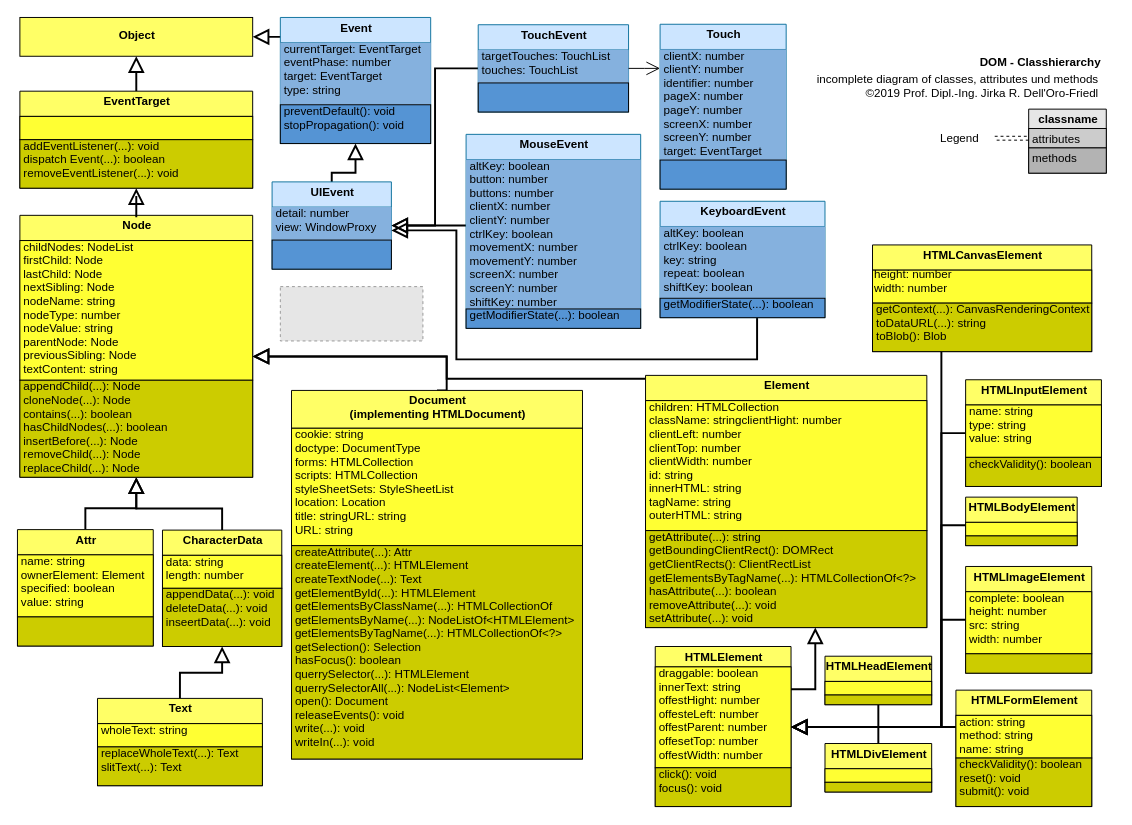
Earlier version of the draw.io diagram X01_Appendix/DO-Hierarchy/DOM - Classhierachy 2019 DIN A4.drawio (JirkaDellOro/EIA2-Inverted). Source tidied: cells renumbered, new cells numbered last; positions are measured from the earlier drawing's top-left corner, leaving out a move shared by most shapes. Both pictures are drawn from the tidied source at 97%, with x=0, y=0 at pixel (17, 17). Pictures stored in the file or linked from it are replaced by grey dashed boxes.
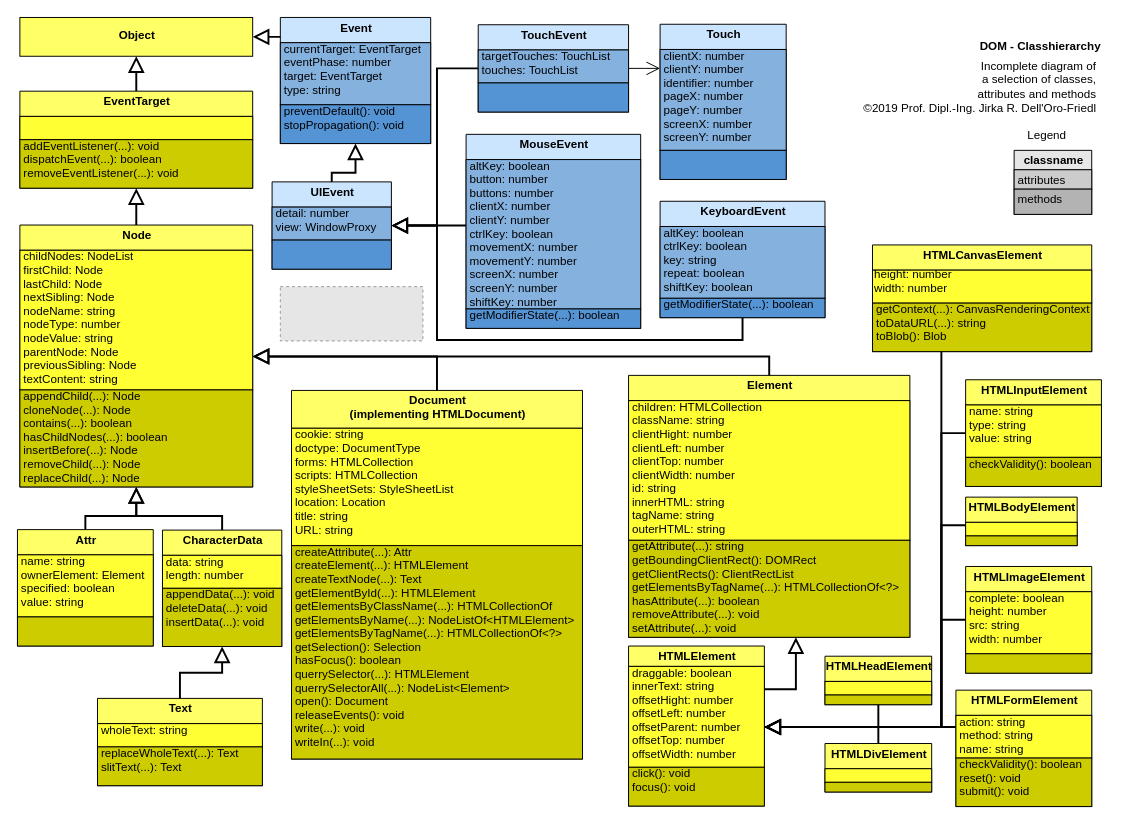
The same page after the edit.

The change refers to these unchanged cells:
```xml
<mxCell id="11" value="Document&#10;(implementing HTMLDocument)" style="swimlane;fontStyle=1;align=center;verticalAlign=top;horizontal=1;startSize=39;fillColor=#FFFF66;strokeColor=#000000;fontSize=12;spacingTop=-3;spacingLeft=2;spacingRight=0;" parent="1" vertex="1">
  <mxGeometry x="282" y="384" width="300" height="380" as="geometry" />
</mxCell>
<mxCell id="31" value="EventTarget" style="swimlane;fontStyle=1;align=center;verticalAlign=top;horizontal=1;startSize=26;fillColor=#FFFF66;strokeColor=#000000;fontSize=12;spacingTop=-3;spacingLeft=2;spacingRight=0;" parent="1" vertex="1">
  <mxGeometry x="2" y="75.5" width="240" height="100" as="geometry" />
</mxCell>
<mxCell id="40" value="CharacterData" style="swimlane;fontStyle=1;align=center;verticalAlign=top;horizontal=1;startSize=26;fillColor=#FFFF66;strokeColor=#000000;fontSize=12;spacingTop=-3;spacingLeft=2;spacingRight=0;" parent="1" vertex="1">
  <mxGeometry x="149" y="528" width="123" height="120" as="geometry" />
</mxCell>
<mxCell id="103" value="attributes" style="text;strokeColor=#000000;fillColor=#CCCCCC;align=left;verticalAlign=top;spacingLeft=2;spacingRight=0;overflow=hidden;points=[[0,0.5],[1,0.5]];portConstraint=eastwest;fontSize=12;spacingTop=-3;" parent="102" vertex="1">
  <mxGeometry y="20" width="80" height="20" as="geometry" />
</mxCell>
```

Diff of the diagram source:
```diff
@@
     <mxCell id="4" style="edgeStyle=elbowEdgeStyle;rounded=0;jettySize=auto;html=1;entryX=0.5;entryY=0;entryDx=0;entryDy=0;startArrow=block;startFill=0;startSize=12;sourcePerimeterSpacing=0;endArrow=none;endFill=0;endSize=12;targetPerimeterSpacing=11;strokeWidth=2;fontSize=12;spacingTop=-3;spacingLeft=2;spacingRight=0;" parent="1" edge="1" source="7" target="11">
       <mxGeometry relative="1" as="geometry">
         <Array as="points">
-          <mxPoint x="442" y="349" />
+          <mxPoint x="432" y="349" />
           <mxPoint x="442" y="362" />
         </Array>
       </mxGeometry>
     </mxCell>
@@
     <mxCell id="7" value="Node" style="swimlane;fontStyle=1;align=center;verticalAlign=top;horizontal=1;startSize=26;fillColor=#FFFF66;strokeColor=#000000;fontSize=12;spacingTop=-3;spacingLeft=2;spacingRight=0;" parent="1" vertex="1">
-      <mxGeometry x="2" y="203.5" width="240" height="270" as="geometry" />
+      <mxGeometry x="2" y="213.5" width="240" height="270" as="geometry" />
     </mxCell>
@@
-    <mxCell id="12" value="cookie: string&#10;doctype: DocumentType&#10;forms: HTMLCollection&#10;scripts: HTMLCollection&#10;styleSheetSets: StyleSheetList&#10;location: Location&#10;title: stringURL: string&#10;URL: string&#10;" style="text;strokeColor=#000000;fillColor=#FFFF33;align=left;verticalAlign=top;spacingLeft=2;spacingRight=0;overflow=hidden;fontSize=12;spacingTop=-7;" parent="11" vertex="1">
+    <mxCell id="12" value="cookie: string&#10;doctype: DocumentType&#10;forms: HTMLCollection&#10;scripts: HTMLCollection&#10;styleSheetSets: StyleSheetList&#10;location: Location&#10;title: string&#10;URL: string&#10;" style="text;strokeColor=#000000;fillColor=#FFFF33;align=left;verticalAlign=top;spacingLeft=2;spacingRight=0;overflow=hidden;fontSize=12;spacingTop=-7;" parent="11" vertex="1">
       <mxGeometry y="39" width="300" height="121" as="geometry" />
     </mxCell>
@@
-    <mxCell id="15" style="edgeStyle=orthogonalEdgeStyle;rounded=0;jettySize=auto;html=1;endArrow=block;endFill=0;strokeWidth=2;endSize=12;fontSize=12;elbow=vertical;spacingTop=-3;spacingLeft=2;spacingRight=0;" parent="1" edge="1" source="16" target="7">
+    <mxCell id="15" style="edgeStyle=elbowEdgeStyle;rounded=0;jettySize=auto;html=1;endArrow=block;endFill=0;strokeWidth=2;endSize=12;fontSize=12;spacingTop=-3;spacingLeft=2;spacingRight=0;elbow=vertical;" parent="1" edge="1" source="16" target="7">
       <mxGeometry relative="1" as="geometry">
         <Array as="points">
-          <mxPoint x="442" y="372" />
-          <mxPoint x="442" y="349" />
+          <mxPoint x="432" y="349" />
         </Array>
       </mxGeometry>
     </mxCell>
     <mxCell id="16" value="Element" style="swimlane;fontStyle=1;align=center;verticalAlign=top;horizontal=1;startSize=26;fillColor=#FFFF66;strokeColor=#000000;fontSize=12;spacingTop=-3;spacingLeft=2;spacingRight=0;" parent="1" vertex="1">
-      <mxGeometry x="647" y="368.5" width="290" height="260" as="geometry" />
+      <mxGeometry x="629.5" y="368.5" width="290" height="270" as="geometry" />
     </mxCell>
-    <mxCell id="17" value="children: HTMLCollection&#10;className: stringclientHight: number&#10;clientLeft: number&#10;clientTop: number&#10;clientWidth: number&#10;id: string&#10;innerHTML: string&#10;tagName: string&#10;outerHTML: string&#10;" style="text;strokeColor=#000000;fillColor=#FFFF33;align=left;verticalAlign=top;spacingLeft=2;spacingRight=0;overflow=hidden;fontSize=12;spacingTop=-7;" parent="16" vertex="1">
-      <mxGeometry y="26" width="290" height="134" as="geometry" />
+    <mxCell id="17" value="children: HTMLCollection&#10;className: string&#10;clientHight: number&#10;clientLeft: number&#10;clientTop: number&#10;clientWidth: number&#10;id: string&#10;innerHTML: string&#10;tagName: string&#10;outerHTML: string&#10;" style="text;strokeColor=#000000;fillColor=#FFFF33;align=left;verticalAlign=top;spacingLeft=2;spacingRight=0;overflow=hidden;fontSize=12;spacingTop=-7;" parent="16" vertex="1">
+      <mxGeometry y="26" width="290" height="144" as="geometry" />
     </mxCell>
     <mxCell id="18" style="line;strokeWidth=1;fillColor=#67AB9F;align=left;verticalAlign=middle;spacingTop=-3;spacingLeft=2;spacingRight=0;labelPosition=right;strokeColor=#000000;gradientColor=#FF3399;fontSize=12;" parent="16" vertex="1">
-      <mxGeometry y="160" width="290" as="geometry" />
+      <mxGeometry y="170" width="290" as="geometry" />
     </mxCell>
     <mxCell id="19" value="getAttribute(...): string&#10;getBoundingClientRect(): DOMRect&#10;getClientRects(): ClientRectList&#10;getElementsByTagName(...): HTMLCollectionOf&lt;?&gt;&#10;hasAttribute(...): boolean&#10;removeAttribute(...): void&#10;setAttribute(...): void&#10;" style="text;strokeColor=#000000;fillColor=#CCCC00;align=left;verticalAlign=top;spacingLeft=2;spacingRight=0;overflow=hidden;fontSize=12;spacingTop=-7;" parent="16" vertex="1">
-      <mxGeometry y="160" width="290" height="100" as="geometry" />
+      <mxGeometry y="170" width="290" height="100" as="geometry" />
     </mxCell>
     <mxCell id="20" value="HTMLElement" style="swimlane;fontStyle=1;align=center;verticalAlign=top;horizontal=1;startSize=21;fillColor=#FFFF66;strokeColor=#000000;fontSize=12;spacingTop=-3;spacingLeft=2;spacingRight=0;" parent="1" vertex="1">
-      <mxGeometry x="657" y="648" width="140" height="165" as="geometry" />
+      <mxGeometry x="629.5" y="647.5" width="140" height="165" as="geometry" />
     </mxCell>
-    <mxCell id="21" value="draggable: boolean&#10;innerText: string&#10;offestHight: number&#10;offesteLeft: number&#10;offestParent: number&#10;offesetTop: number&#10;offestWidth: number&#10;&#10;&#10;" style="text;strokeColor=#000000;fillColor=#FFFF33;align=left;verticalAlign=top;spacingLeft=2;spacingRight=0;overflow=hidden;fontSize=12;spacingTop=-7;" parent="20" vertex="1">
+    <mxCell id="21" value="draggable: boolean&#10;innerText: string&#10;offsetHight: number&#10;offsetLeft: number&#10;offsetParent: number&#10;offsetTop: number&#10;offsetWidth: number&#10;&#10;&#10;" style="text;strokeColor=#000000;fillColor=#FFFF33;align=left;verticalAlign=top;spacingLeft=2;spacingRight=0;overflow=hidden;fontSize=12;spacingTop=-7;" parent="20" vertex="1">
       <mxGeometry y="21" width="140" height="104" as="geometry" />
     </mxCell>
@@
-    <mxCell id="34" value="addEventListener(...): void&#10;dispatch Event(...): boolean&#10;removeEventListener(...): void&#10;" style="text;strokeColor=#000000;fillColor=#CCCC00;align=left;verticalAlign=top;spacingLeft=2;spacingRight=0;overflow=hidden;fontSize=12;spacingTop=-7;" parent="31" vertex="1">
+    <mxCell id="34" value="addEventListener(...): void&#10;dispatchEvent(...): boolean&#10;removeEventListener(...): void&#10;" style="text;strokeColor=#000000;fillColor=#CCCC00;align=left;verticalAlign=top;spacingLeft=2;spacingRight=0;overflow=hidden;fontSize=12;spacingTop=-7;" parent="31" vertex="1">
       <mxGeometry y="50" width="240" height="50" as="geometry" />
     </mxCell>
@@
-    <mxCell id="43" value="appendData(...): void&#10;deleteData(...): void&#10;inseertData(...): void&#10;" style="text;strokeColor=#000000;fillColor=#CCCC00;align=left;verticalAlign=top;spacingLeft=2;spacingRight=0;overflow=hidden;fontSize=12;spacingTop=-7;" parent="40" vertex="1">
+    <mxCell id="43" value="appendData(...): void&#10;deleteData(...): void&#10;insertData(...): void&#10;" style="text;strokeColor=#000000;fillColor=#CCCC00;align=left;verticalAlign=top;spacingLeft=2;spacingRight=0;overflow=hidden;fontSize=12;spacingTop=-7;" parent="40" vertex="1">
       <mxGeometry y="60" width="123" height="60" as="geometry" />
     </mxCell>
@@
-    <mxCell id="49" value="Event" style="swimlane;fontStyle=1;align=center;verticalAlign=top;horizontal=1;startSize=26;fillColor=#CCE5FF;strokeColor=#10739e;fontSize=12;spacingTop=-3;spacingLeft=2;spacingRight=0;" parent="1" vertex="1">
+    <mxCell id="49" value="Event" style="swimlane;fontStyle=1;align=center;verticalAlign=top;horizontal=1;startSize=26;fillColor=#CCE5FF;strokeColor=#000000;fontSize=12;spacingTop=-3;spacingLeft=2;spacingRight=0;" parent="1" vertex="1">
       <mxGeometry x="270.5" y="-0.5" width="155" height="130" as="geometry" />
     </mxCell>
-    <mxCell id="50" value="currentTarget: EventTarget&#10;eventPhase: number&#10;target: EventTarget&#10;type: string&#10;" style="text;fillColor=#85B1DE;align=left;verticalAlign=top;spacingLeft=2;spacingRight=0;overflow=hidden;fontSize=12;spacingTop=-7;" parent="49" vertex="1">
+    <mxCell id="50" value="currentTarget: EventTarget&#10;eventPhase: number&#10;target: EventTarget&#10;type: string&#10;" style="text;fillColor=#85B1DE;align=left;verticalAlign=top;spacingLeft=2;spacingRight=0;overflow=hidden;fontSize=12;spacingTop=-7;strokeColor=#000000;" parent="49" vertex="1">
       <mxGeometry y="26" width="155" height="64" as="geometry" />
     </mxCell>
@@
-    <mxCell id="54" value="UIEvent" style="swimlane;fontStyle=1;align=center;verticalAlign=top;horizontal=1;startSize=26;fillColor=#CCE5FF;strokeColor=#10739e;fontSize=12;spacingTop=-3;spacingLeft=2;spacingRight=0;" parent="1" vertex="1">
+    <mxCell id="54" value="UIEvent" style="swimlane;fontStyle=1;align=center;verticalAlign=top;horizontal=1;startSize=26;fillColor=#CCE5FF;strokeColor=#000000;fontSize=12;spacingTop=-3;spacingLeft=2;spacingRight=0;" parent="1" vertex="1">
       <mxGeometry x="262" y="169" width="123" height="90" as="geometry" />
     </mxCell>
-    <mxCell id="55" value="detail: number&#10;view: WindowProxy&#10;" style="text;fillColor=#85B1DE;align=left;verticalAlign=top;spacingLeft=2;spacingRight=0;overflow=hidden;fontSize=12;spacingTop=-7;" parent="54" vertex="1">
+    <mxCell id="55" value="detail: number&#10;view: WindowProxy&#10;" style="text;fillColor=#85B1DE;align=left;verticalAlign=top;spacingLeft=2;spacingRight=0;overflow=hidden;fontSize=12;spacingTop=-7;strokeColor=#000000;" parent="54" vertex="1">
       <mxGeometry y="26" width="123" height="34" as="geometry" />
     </mxCell>
@@
-    <mxCell id="58" value="MouseEvent" style="swimlane;fontStyle=1;align=center;verticalAlign=top;horizontal=1;startSize=26;fillColor=#CCE5FF;strokeColor=#10739e;fontSize=12;spacingTop=-3;spacingLeft=2;spacingRight=0;" parent="1" vertex="1">
+    <mxCell id="58" value="MouseEvent" style="swimlane;fontStyle=1;align=center;verticalAlign=top;horizontal=1;startSize=26;fillColor=#CCE5FF;strokeColor=#000000;fontSize=12;spacingTop=-3;spacingLeft=2;spacingRight=0;" parent="1" vertex="1">
       <mxGeometry x="462" y="120" width="180" height="200" as="geometry" />
     </mxCell>
-    <mxCell id="59" value="altKey: boolean&#10;button: number&#10;buttons: number&#10;clientX: number&#10;clientY: number&#10;ctrlKey: boolean&#10;movementX: number&#10;movementY: number&#10;screenX: number&#10;screenY: number&#10;shiftKey: number&#10;" style="text;fillColor=#85B1DE;align=left;verticalAlign=top;spacingLeft=2;spacingRight=0;overflow=hidden;fontSize=12;spacingTop=-7;" parent="58" vertex="1">
+    <mxCell id="59" value="altKey: boolean&#10;button: number&#10;buttons: number&#10;clientX: number&#10;clientY: number&#10;ctrlKey: boolean&#10;movementX: number&#10;movementY: number&#10;screenX: number&#10;screenY: number&#10;shiftKey: number&#10;" style="text;fillColor=#85B1DE;align=left;verticalAlign=top;spacingLeft=2;spacingRight=0;overflow=hidden;fontSize=12;spacingTop=-7;strokeColor=#000000;" parent="58" vertex="1">
       <mxGeometry y="26" width="180" height="154" as="geometry" />
     </mxCell>
@@
     <mxCell id="62" style="edgeStyle=orthogonalEdgeStyle;rounded=0;jumpStyle=gap;jettySize=auto;html=1;startSize=12;endArrow=block;endFill=0;endSize=12;strokeColor=#000000;strokeWidth=2;fontSize=12;spacingTop=-3;spacingLeft=2;spacingRight=0;" parent="1" edge="1" source="63" target="54">
       <mxGeometry relative="1" as="geometry">
         <Array as="points">
-          <mxPoint x="762" y="352" />
-          <mxPoint x="452" y="352" />
-          <mxPoint x="452" y="219" />
+          <mxPoint x="747" y="332" />
+          <mxPoint x="432" y="332" />
+          <mxPoint x="432" y="214" />
         </Array>
       </mxGeometry>
     </mxCell>
-    <mxCell id="63" value="KeyboardEvent" style="swimlane;fontStyle=1;align=center;verticalAlign=top;horizontal=1;startSize=26;fillColor=#CCE5FF;strokeColor=#10739e;fontSize=12;spacingTop=-3;spacingLeft=2;spacingRight=0;" parent="1" vertex="1">
+    <mxCell id="63" value="KeyboardEvent" style="swimlane;fontStyle=1;align=center;verticalAlign=top;horizontal=1;startSize=26;fillColor=#CCE5FF;strokeColor=#000000;fontSize=12;spacingTop=-3;spacingLeft=2;spacingRight=0;" parent="1" vertex="1">
       <mxGeometry x="662" y="189" width="170" height="120" as="geometry" />
     </mxCell>
-    <mxCell id="64" value="altKey: boolean&#10;ctrlKey: boolean&#10;key: string&#10;repeat: boolean&#10;shiftKey: boolean&#10;" style="text;fillColor=#85B1DE;align=left;verticalAlign=top;spacingLeft=2;spacingRight=0;overflow=hidden;fontSize=12;spacingTop=-7;" parent="63" vertex="1">
+    <mxCell id="64" value="altKey: boolean&#10;ctrlKey: boolean&#10;key: string&#10;repeat: boolean&#10;shiftKey: boolean&#10;" style="text;fillColor=#85B1DE;align=left;verticalAlign=top;spacingLeft=2;spacingRight=0;overflow=hidden;fontSize=12;spacingTop=-7;strokeColor=#000000;" parent="63" vertex="1">
       <mxGeometry y="26" width="170" height="74" as="geometry" />
     </mxCell>
@@
-    <mxCell id="67" style="edgeStyle=elbowEdgeStyle;rounded=0;jettySize=auto;html=1;startArrow=none;startFill=0;startSize=12;endArrow=block;endFill=0;endSize=12;strokeWidth=2;targetPerimeterSpacing=0;jumpStyle=none;fontSize=12;spacingTop=-3;spacingLeft=2;spacingRight=0;" parent="1" edge="1" source="72" target="54">
-      <mxGeometry relative="1" as="geometry" />
+    <mxCell id="67" style="edgeStyle=orthogonalEdgeStyle;rounded=0;jettySize=auto;html=1;startArrow=none;startFill=0;startSize=12;endArrow=block;endFill=0;endSize=12;strokeWidth=2;targetPerimeterSpacing=0;jumpStyle=none;fontSize=12;spacingTop=-3;spacingLeft=2;spacingRight=0;" parent="1" edge="1" source="72" target="54">
+      <mxGeometry relative="1" as="geometry">
+        <Array as="points">
+          <mxPoint x="432" y="52" />
+          <mxPoint x="432" y="214" />
+        </Array>
+      </mxGeometry>
     </mxCell>
-    <mxCell id="68" value="Touch" style="swimlane;fontStyle=1;align=center;verticalAlign=top;horizontal=1;startSize=26;fillColor=#CCE5FF;strokeColor=#10739e;fontSize=12;spacingTop=-3;spacingLeft=2;spacingRight=0;" parent="1" vertex="1">
-      <mxGeometry x="662" y="6.5" width="130" height="170" as="geometry" />
+    <mxCell id="68" value="Touch" style="swimlane;fontStyle=1;align=center;verticalAlign=top;horizontal=1;startSize=26;fillColor=#CCE5FF;strokeColor=#000000;fontSize=12;spacingTop=-3;spacingLeft=2;spacingRight=0;" parent="1" vertex="1">
+      <mxGeometry x="662" y="6.5" width="130" height="160" as="geometry" />
     </mxCell>
-    <mxCell id="69" value="clientX: number&#10;clientY: number&#10;identifier: number&#10;pageX: number&#10;pageY: number&#10;screenX: number&#10;screenY: number&#10;target: EventTarget" style="text;fillColor=#85B1DE;align=left;verticalAlign=top;spacingLeft=2;spacingRight=0;overflow=hidden;fontSize=12;spacingTop=-7;" parent="68" vertex="1">
-      <mxGeometry y="26" width="130" height="114" as="geometry" />
+    <mxCell id="69" value="clientX: number&#10;clientY: number&#10;identifier: number&#10;pageX: number&#10;pageY: number&#10;screenX: number&#10;screenY: number" style="text;fillColor=#85B1DE;align=left;verticalAlign=top;spacingLeft=2;spacingRight=0;overflow=hidden;fontSize=12;spacingTop=-7;strokeColor=#000000;" parent="68" vertex="1">
+      <mxGeometry y="26" width="130" height="104" as="geometry" />
     </mxCell>
     <mxCell id="70" style="line;strokeWidth=1;fillColor=#67AB9F;align=left;verticalAlign=middle;spacingTop=-3;spacingLeft=2;spacingRight=0;labelPosition=right;strokeColor=#000000;gradientColor=#FF3399;fontSize=12;" parent="68" vertex="1">
-      <mxGeometry y="140" width="130" as="geometry" />
+      <mxGeometry y="130" width="130" as="geometry" />
     </mxCell>
     <mxCell id="71" style="text;strokeColor=#000000;fillColor=#5594D4;align=left;verticalAlign=top;spacingLeft=2;spacingRight=0;overflow=hidden;fontSize=12;spacingTop=-3;" parent="68" vertex="1">
-      <mxGeometry y="140" width="130" height="30" as="geometry" />
+      <mxGeometry y="130" width="130" height="30" as="geometry" />
     </mxCell>
-    <mxCell id="72" value="TouchEvent" style="swimlane;fontStyle=1;align=center;verticalAlign=top;horizontal=1;startSize=26;fillColor=#CCE5FF;strokeColor=#10739e;fontSize=12;spacingTop=-3;spacingLeft=2;spacingRight=0;" parent="1" vertex="1">
+    <mxCell id="72" value="TouchEvent" style="swimlane;fontStyle=1;align=center;verticalAlign=top;horizontal=1;startSize=26;fillColor=#CCE5FF;strokeColor=#000000;fontSize=12;spacingTop=-3;spacingLeft=2;spacingRight=0;" parent="1" vertex="1">
       <mxGeometry x="474.5" y="7" width="155" height="90" as="geometry" />
     </mxCell>
-    <mxCell id="73" value="targetTouches: TouchList&#10;touches: TouchList" style="text;fillColor=#85B1DE;align=left;verticalAlign=top;spacingLeft=2;spacingRight=0;overflow=hidden;fontSize=12;spacingTop=-7;" parent="72" vertex="1">
+    <mxCell id="73" value="targetTouches: TouchList&#10;touches: TouchList" style="text;fillColor=#85B1DE;align=left;verticalAlign=top;spacingLeft=2;spacingRight=0;overflow=hidden;fontSize=12;spacingTop=-7;strokeColor=#000000;" parent="72" vertex="1">
       <mxGeometry y="26" width="155" height="34" as="geometry" />
     </mxCell>
@@
     <mxCell id="102" value="classname" style="swimlane;fontStyle=1;align=center;verticalAlign=top;horizontal=1;startSize=20;fillColor=#E6E6E6;strokeColor=#000000;fontSize=12;spacingTop=-3;spacingLeft=2;spacingRight=0;" parent="1" vertex="1">
-      <mxGeometry x="1042" y="94" width="80" height="66" as="geometry" />
+      <mxGeometry x="1027" y="136.5" width="80" height="66" as="geometry" />
     </mxCell>
@@
-    <mxCell id="106" style="edgeStyle=elbowEdgeStyle;rounded=0;jettySize=auto;elbow=vertical;html=1;entryX=0;entryY=0.5;entryDx=0;entryDy=0;startArrow=none;startFill=0;endArrow=none;endFill=0;strokeWidth=1;dashed=1;shape=link;fontSize=12;spacingTop=-3;spacingLeft=2;spacingRight=0;" parent="1" edge="1" source="107" target="103">
-      <mxGeometry relative="1" as="geometry" />
-    </mxCell>
     <mxCell id="107" value="Legend" style="text;html=1;points=[];align=left;verticalAlign=top;spacingTop=-3;fontSize=12;spacingLeft=2;spacingRight=0;" parent="1" vertex="1">
-      <mxGeometry x="947" y="112.5" width="60" height="20" as="geometry" />
+      <mxGeometry x="1037" y="110" width="60" height="20" as="geometry" />
     </mxCell>
@@
     <mxCell id="114" style="rounded=0;jumpStyle=none;jettySize=auto;html=1;startSize=12;endArrow=block;endFill=0;endSize=12;strokeColor=#000000;strokeWidth=2;fontSize=12;jumpSize=11;edgeStyle=orthogonalEdgeStyle;" parent="1" edge="1" source="20" target="16">
       <mxGeometry relative="1" as="geometry">
         <Array as="points">
-          <mxPoint x="822" y="692" />
+          <mxPoint x="802" y="692" />
         </Array>
       </mxGeometry>
     </mxCell>
-    <mxCell id="115" value="&lt;div style=&quot;font-size: 12px&quot; align=&quot;right&quot;&gt;incomplete diagram of classes, attributes und methods&lt;/div&gt;&lt;div style=&quot;font-size: 12px&quot; align=&quot;right&quot;&gt;©2019 Prof. Dipl.-Ing. Jirka R. Dell'Oro-Friedl&lt;/div&gt;&lt;div style=&quot;font-size: 12px&quot; align=&quot;right&quot;&gt;&lt;br style=&quot;font-size: 12px&quot;&gt;&lt;/div&gt;&lt;div style=&quot;font-size: 12px&quot; align=&quot;right&quot;&gt;&lt;br style=&quot;font-size: 12px&quot;&gt;&lt;/div&gt;" style="text;html=1;align=left;verticalAlign=top;spacingTop=-4;fontSize=12;" parent="1" vertex="1">
-      <mxGeometry x="822" y="53.5" width="310" height="60" as="geometry" />
+    <mxCell id="115" value="&lt;div style=&quot;font-size: 12px&quot; align=&quot;right&quot;&gt;Incomplete diagram of&lt;/div&gt;&lt;div style=&quot;font-size: 12px&quot; align=&quot;right&quot;&gt; a selection of classes,&lt;/div&gt;&lt;div style=&quot;font-size: 12px&quot; align=&quot;right&quot;&gt;attributes and methods&lt;/div&gt;&lt;div style=&quot;font-size: 12px&quot; align=&quot;right&quot;&gt;©2019 Prof. Dipl.-Ing. Jirka R. Dell'Oro-Friedl&lt;/div&gt;&lt;div style=&quot;font-size: 12px&quot; align=&quot;right&quot;&gt;&lt;br style=&quot;font-size: 12px&quot;&gt;&lt;/div&gt;&lt;div style=&quot;font-size: 12px&quot; align=&quot;right&quot;&gt;&lt;br style=&quot;font-size: 12px&quot;&gt;&lt;/div&gt;" style="text;html=1;align=left;verticalAlign=top;spacingTop=-4;fontSize=12;" parent="1" vertex="1">
+      <mxGeometry x="870" y="39.5" width="260" height="90" as="geometry" />
     </mxCell>
     <mxCell id="116" value="&lt;h1 style=&quot;font-size: 12px&quot; align=&quot;right&quot;&gt;&lt;font style=&quot;font-size: 12px&quot;&gt;DOM - Classhierarchy&lt;/font&gt;&lt;/h1&gt;" style="text;html=1;align=left;verticalAlign=top;spacingTop=-4;fontSize=12;" parent="1" vertex="1">
-      <mxGeometry x="990" y="28" width="140" height="30" as="geometry" />
+      <mxGeometry x="990" y="12" width="140" height="30" as="geometry" />
     </mxCell>
```
